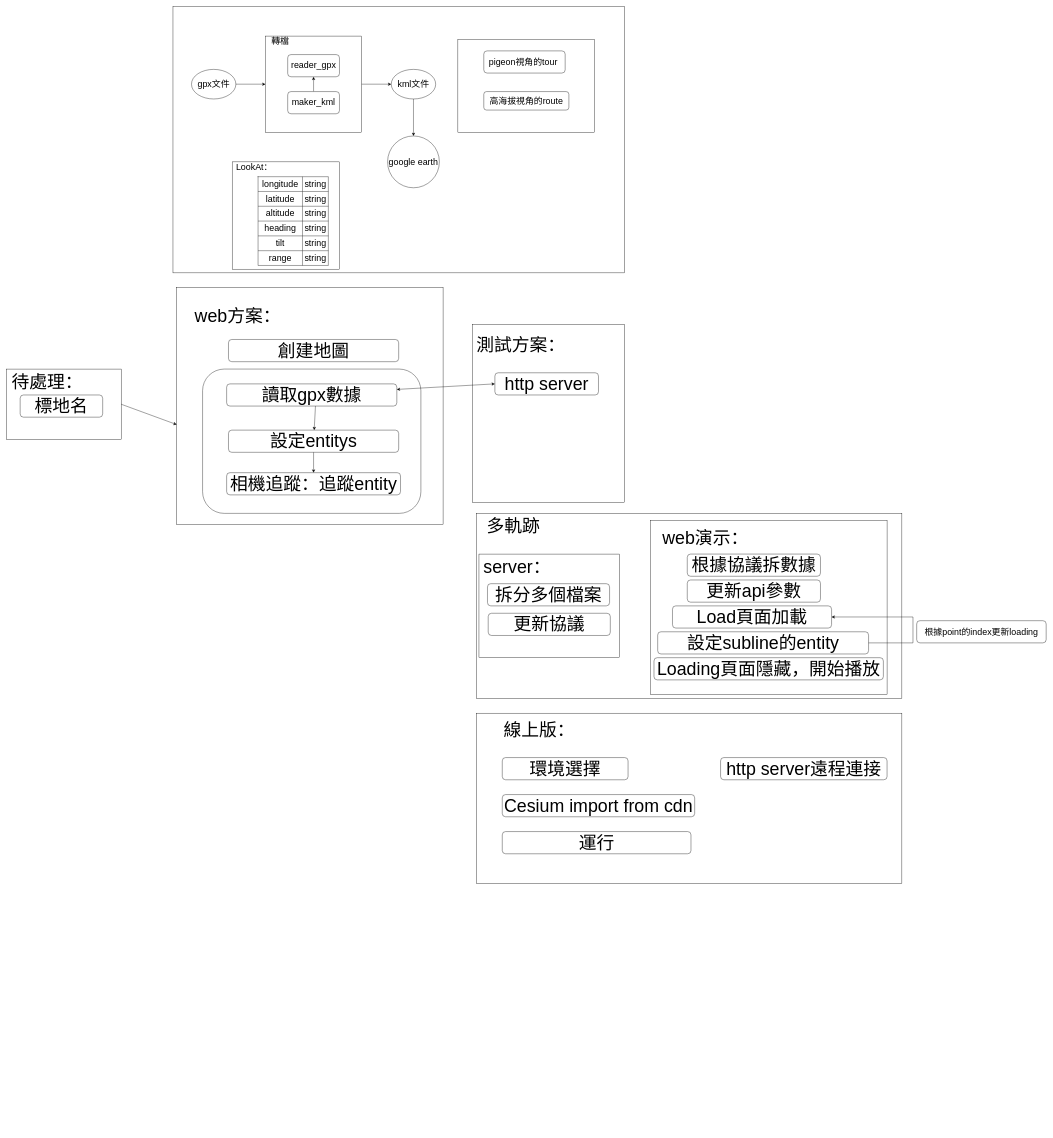
Before: 3d展示.drawio in pengzhen80/PigeonRace, a draw.io diagram. Source tidied: cells renumbered, new cells numbered last; positions are measured from the earlier drawing's top-left corner, leaving out a move shared by most shapes. Both pictures are drawn from the tidied source at 37%, with x=0, y=0 at pixel (6, 6).
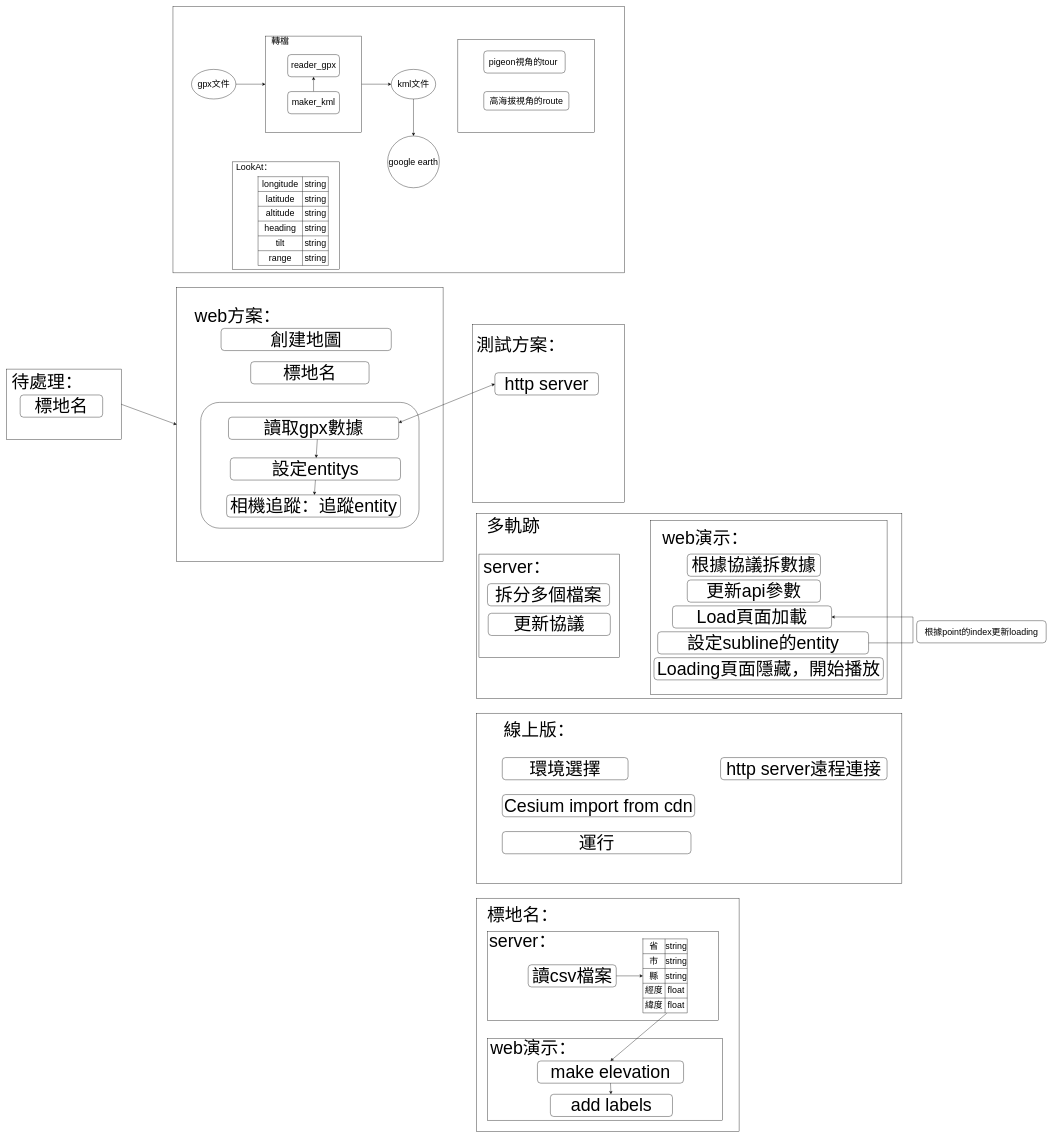
The same page after the edit.

What changed in the source:
```diff
@@
+    <mxCell id="76" style="rounded=0;whiteSpace=wrap;html=1;fontSize=24;" parent="1" vertex="1">
+      <mxGeometry x="1270" y="2410" width="710" height="630" as="geometry" />
+    </mxCell>
+    <mxCell id="77" style="rounded=0;whiteSpace=wrap;html=1;fontSize=24;" parent="1" vertex="1">
+      <mxGeometry x="1300" y="2790" width="635" height="220" as="geometry" />
+    </mxCell>
+    <mxCell id="78" style="rounded=0;whiteSpace=wrap;html=1;fontSize=24;" parent="1" vertex="1">
+      <mxGeometry x="1300" y="2500" width="625" height="240" as="geometry" />
+    </mxCell>
@@
     <mxCell id="5" style="rounded=0;whiteSpace=wrap;html=1;" parent="1" vertex="1">
-      <mxGeometry x="460" y="760" width="720" height="640" as="geometry" />
+      <mxGeometry x="460" y="760" width="720" height="740" as="geometry" />
     </mxCell>
     <mxCell id="6" style="rounded=1;whiteSpace=wrap;html=1;fontSize=48;" parent="1" vertex="1">
-      <mxGeometry x="530" y="980" width="590" height="390" as="geometry" />
+      <mxGeometry x="525" y="1070" width="590" height="340" as="geometry" />
     </mxCell>
@@
     <mxCell id="44" value="創建地圖" style="rounded=1;whiteSpace=wrap;html=1;fontSize=48;" parent="1" vertex="1">
-      <mxGeometry x="600" y="900" width="460" height="60" as="geometry" />
+      <mxGeometry x="580" y="870" width="460" height="60" as="geometry" />
     </mxCell>
     <mxCell id="45" value="讀取gpx數據" style="rounded=1;whiteSpace=wrap;html=1;fontSize=48;" parent="1" vertex="1">
-      <mxGeometry x="595" y="1020" width="460" height="60" as="geometry" />
+      <mxGeometry x="600" y="1110" width="460" height="60" as="geometry" />
     </mxCell>
     <mxCell id="46" value="設定entitys" style="rounded=1;whiteSpace=wrap;html=1;fontSize=48;" parent="1" vertex="1">
-      <mxGeometry x="600" y="1145" width="460" height="60" as="geometry" />
+      <mxGeometry x="605" y="1220" width="460" height="60" as="geometry" />
     </mxCell>
     <mxCell id="47" value="相機追蹤：追蹤entity" style="rounded=1;whiteSpace=wrap;html=1;fontSize=48;" parent="1" vertex="1">
-      <mxGeometry x="595" y="1260" width="470" height="60" as="geometry" />
+      <mxGeometry x="595" y="1320" width="470" height="60" as="geometry" />
     </mxCell>
@@
+    <mxCell id="79" value="&lt;font style=&quot;font-size: 48px&quot;&gt;標地名：&lt;/font&gt;" style="text;html=1;strokeColor=none;fillColor=none;align=center;verticalAlign=middle;whiteSpace=wrap;rounded=0;fontSize=24;" parent="1" vertex="1">
+      <mxGeometry x="1280" y="2440" width="230" height="30" as="geometry" />
+    </mxCell>
+    <mxCell id="80" value="&lt;font style=&quot;font-size: 48px&quot;&gt;讀csv檔案&lt;/font&gt;" style="rounded=1;whiteSpace=wrap;html=1;fontSize=24;" parent="1" vertex="1">
+      <mxGeometry x="1410" y="2590" width="238" height="60" as="geometry" />
+    </mxCell>
+    <mxCell id="81" value="&lt;font style=&quot;font-size: 48px&quot;&gt;add labels&lt;/font&gt;" style="rounded=1;whiteSpace=wrap;html=1;fontSize=24;" parent="1" vertex="1">
+      <mxGeometry x="1470" y="2940" width="330" height="60" as="geometry" />
+    </mxCell>
+    <mxCell id="82" style="shape=table;startSize=0;childLayout=tableLayout;fontSize=24;" parent="1" vertex="1">
+      <mxGeometry x="1720" y="2520" width="120" height="200" as="geometry" />
+    </mxCell>
+    <mxCell id="83" style="shape=tableRow;horizontal=0;startSize=0;swimlaneHead=0;swimlaneBody=0;top=0;left=0;bottom=0;right=0;fillColor=none;fontSize=24;" parent="82" vertex="1">
+      <mxGeometry width="120" height="40" as="geometry" />
+    </mxCell>
+    <mxCell id="84" value="省" style="shape=partialRectangle;html=1;whiteSpace=wrap;overflow=hidden;fillColor=none;top=0;left=0;bottom=0;right=0;fontSize=24;" parent="83" vertex="1">
+      <mxGeometry width="60" height="40" as="geometry" />
+    </mxCell>
+    <mxCell id="85" value="string" style="shape=partialRectangle;html=1;whiteSpace=wrap;overflow=hidden;fillColor=none;top=0;left=0;bottom=0;right=0;fontSize=24;" parent="83" vertex="1">
+      <mxGeometry x="60" width="60" height="40" as="geometry" />
+    </mxCell>
+    <mxCell id="86" style="shape=tableRow;horizontal=0;startSize=0;swimlaneHead=0;swimlaneBody=0;top=0;left=0;bottom=0;right=0;fillColor=none;fontSize=24;" parent="82" vertex="1">
+      <mxGeometry y="40" width="120" height="40" as="geometry" />
+    </mxCell>
+    <mxCell id="87" value="市" style="shape=partialRectangle;html=1;whiteSpace=wrap;overflow=hidden;fillColor=none;top=0;left=0;bottom=0;right=0;fontSize=24;" parent="86" vertex="1">
+      <mxGeometry width="60" height="40" as="geometry" />
+    </mxCell>
+    <mxCell id="88" value="string" style="shape=partialRectangle;html=1;whiteSpace=wrap;overflow=hidden;fillColor=none;top=0;left=0;bottom=0;right=0;fontSize=24;" parent="86" vertex="1">
+      <mxGeometry x="60" width="60" height="40" as="geometry" />
+    </mxCell>
+    <mxCell id="89" style="shape=tableRow;horizontal=0;startSize=0;swimlaneHead=0;swimlaneBody=0;top=0;left=0;bottom=0;right=0;fillColor=none;points=[[0,0.5],[1,0.5]];portConstraint=eastwest;fontSize=24;" parent="82" vertex="1">
+      <mxGeometry y="80" width="120" height="40" as="geometry" />
+    </mxCell>
+    <mxCell id="90" value="縣" style="shape=partialRectangle;html=1;whiteSpace=wrap;overflow=hidden;fillColor=none;top=0;left=0;bottom=0;right=0;fontSize=24;" parent="89" vertex="1">
+      <mxGeometry width="60" height="40" as="geometry" />
+    </mxCell>
+    <mxCell id="91" value="string" style="shape=partialRectangle;html=1;whiteSpace=wrap;overflow=hidden;fillColor=none;top=0;left=0;bottom=0;right=0;fontSize=24;" parent="89" vertex="1">
+      <mxGeometry x="60" width="60" height="40" as="geometry" />
+    </mxCell>
+    <mxCell id="92" style="shape=tableRow;horizontal=0;startSize=0;swimlaneHead=0;swimlaneBody=0;top=0;left=0;bottom=0;right=0;fillColor=none;fontSize=24;" parent="82" vertex="1">
+      <mxGeometry y="120" width="120" height="40" as="geometry" />
+    </mxCell>
+    <mxCell id="93" value="經度" style="shape=partialRectangle;html=1;whiteSpace=wrap;overflow=hidden;fillColor=none;top=0;left=0;bottom=0;right=0;fontSize=24;" parent="92" vertex="1">
+      <mxGeometry width="60" height="40" as="geometry" />
+    </mxCell>
+    <mxCell id="94" value="float" style="shape=partialRectangle;html=1;whiteSpace=wrap;overflow=hidden;fillColor=none;top=0;left=0;bottom=0;right=0;fontSize=24;" parent="92" vertex="1">
+      <mxGeometry x="60" width="60" height="40" as="geometry" />
+    </mxCell>
+    <mxCell id="95" style="shape=tableRow;horizontal=0;startSize=0;swimlaneHead=0;swimlaneBody=0;top=0;left=0;bottom=0;right=0;fillColor=none;points=[[0,0.5],[1,0.5]];portConstraint=eastwest;fontSize=24;" parent="82" vertex="1">
+      <mxGeometry y="160" width="120" height="40" as="geometry" />
+    </mxCell>
+    <mxCell id="96" value="緯度" style="shape=partialRectangle;html=1;whiteSpace=wrap;overflow=hidden;fillColor=none;top=0;left=0;bottom=0;right=0;fontSize=24;" parent="95" vertex="1">
+      <mxGeometry width="60" height="40" as="geometry" />
+    </mxCell>
+    <mxCell id="97" value="float" style="shape=partialRectangle;html=1;whiteSpace=wrap;overflow=hidden;fillColor=none;top=0;left=0;bottom=0;right=0;fontSize=24;" parent="95" vertex="1">
+      <mxGeometry x="60" width="60" height="40" as="geometry" />
+    </mxCell>
+    <mxCell id="98" style="endArrow=classic;html=1;rounded=0;fontSize=24;exitX=1;exitY=0.5;exitDx=0;exitDy=0;entryX=0;entryY=0.5;entryDx=0;entryDy=0;" parent="1" edge="1" source="80" target="89">
+      <mxGeometry relative="1" as="geometry" />
+    </mxCell>
+    <mxCell id="99" value="&lt;font style=&quot;font-size: 48px&quot;&gt;make elevation&lt;/font&gt;" style="rounded=1;whiteSpace=wrap;html=1;fontSize=24;" parent="1" vertex="1">
+      <mxGeometry x="1435" y="2850" width="395" height="60" as="geometry" />
+    </mxCell>
+    <mxCell id="100" style="endArrow=classic;html=1;rounded=0;fontSize=24;exitX=0.538;exitY=1.025;exitDx=0;exitDy=0;exitPerimeter=0;entryX=0.5;entryY=0;entryDx=0;entryDy=0;" parent="1" edge="1" source="95" target="99">
+      <mxGeometry relative="1" as="geometry" />
+    </mxCell>
+    <mxCell id="101" style="endArrow=classic;html=1;rounded=0;fontSize=24;exitX=0.5;exitY=1;exitDx=0;exitDy=0;" parent="1" edge="1" source="99" target="81">
+      <mxGeometry relative="1" as="geometry" />
+    </mxCell>
+    <mxCell id="102" value="&lt;font style=&quot;font-size: 48px&quot;&gt;server：&lt;/font&gt;" style="text;html=1;strokeColor=none;fillColor=none;align=center;verticalAlign=middle;whiteSpace=wrap;rounded=0;fontSize=24;" parent="1" vertex="1">
+      <mxGeometry x="1365" y="2510" width="60" height="30" as="geometry" />
+    </mxCell>
+    <mxCell id="103" value="&lt;font style=&quot;font-size: 48px&quot;&gt;web演示：&lt;/font&gt;" style="text;html=1;strokeColor=none;fillColor=none;align=center;verticalAlign=middle;whiteSpace=wrap;rounded=0;fontSize=24;" parent="1" vertex="1">
+      <mxGeometry x="1290" y="2800" width="268" height="30" as="geometry" />
+    </mxCell>
+    <mxCell id="104" value="&lt;span style=&quot;font-size: 48px&quot;&gt;標地名&lt;/span&gt;" style="rounded=1;whiteSpace=wrap;html=1;fontSize=24;" parent="1" vertex="1">
+      <mxGeometry x="660" y="960" width="320" height="60" as="geometry" />
+    </mxCell>
```
